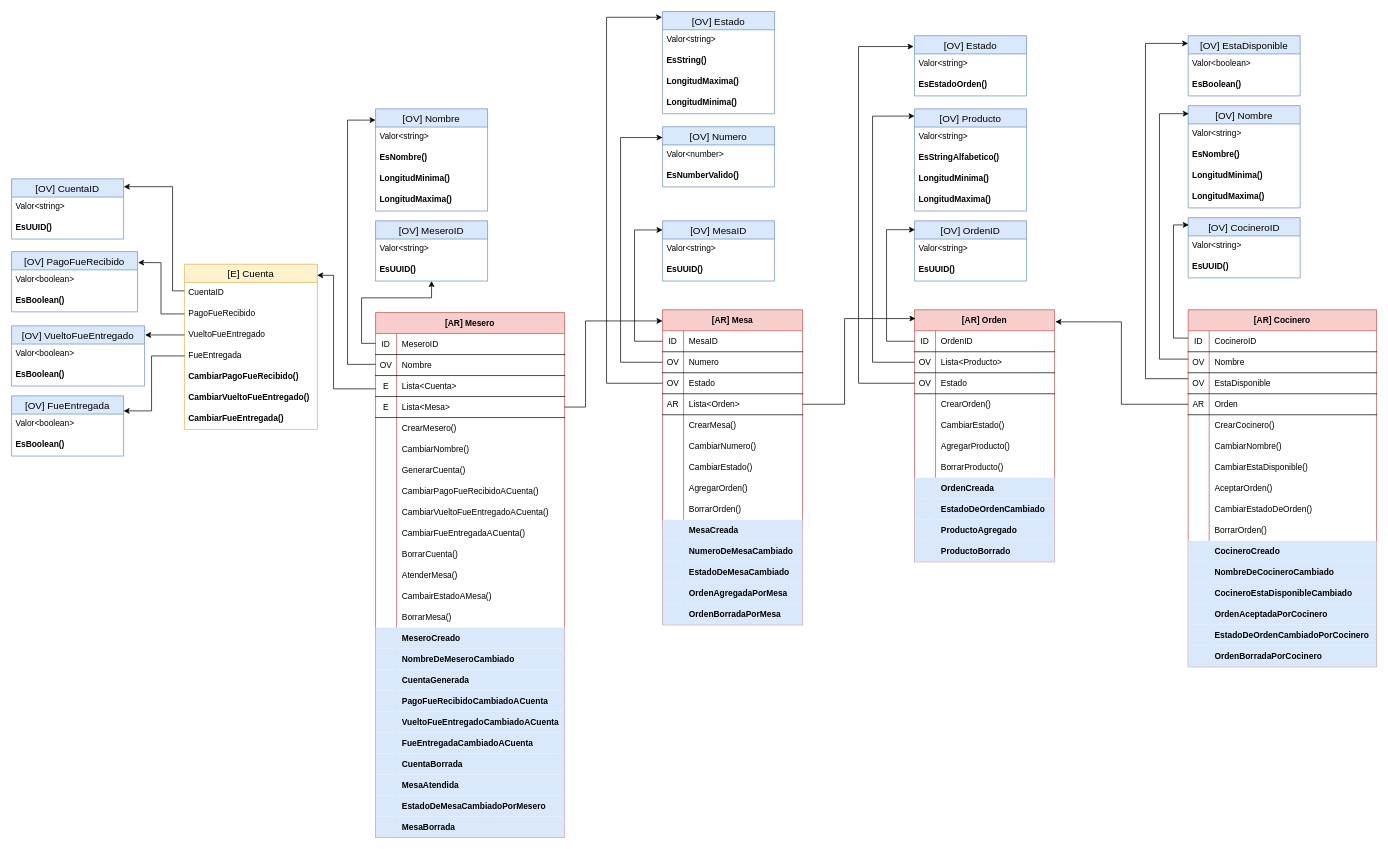
The draw.io diagram page "Model" (3 of 3) of DDD Restaurante - Christian Britos.drawio in xtianbritos/C1-2023-DDD-Uruguay, before the edit. Source tidied: cells renumbered, new cells numbered last; positions are measured from the earlier drawing's top-left corner, leaving out a move shared by most shapes. Both pictures are drawn from the tidied source at 70%, with x=0, y=0 at pixel (11, 11).
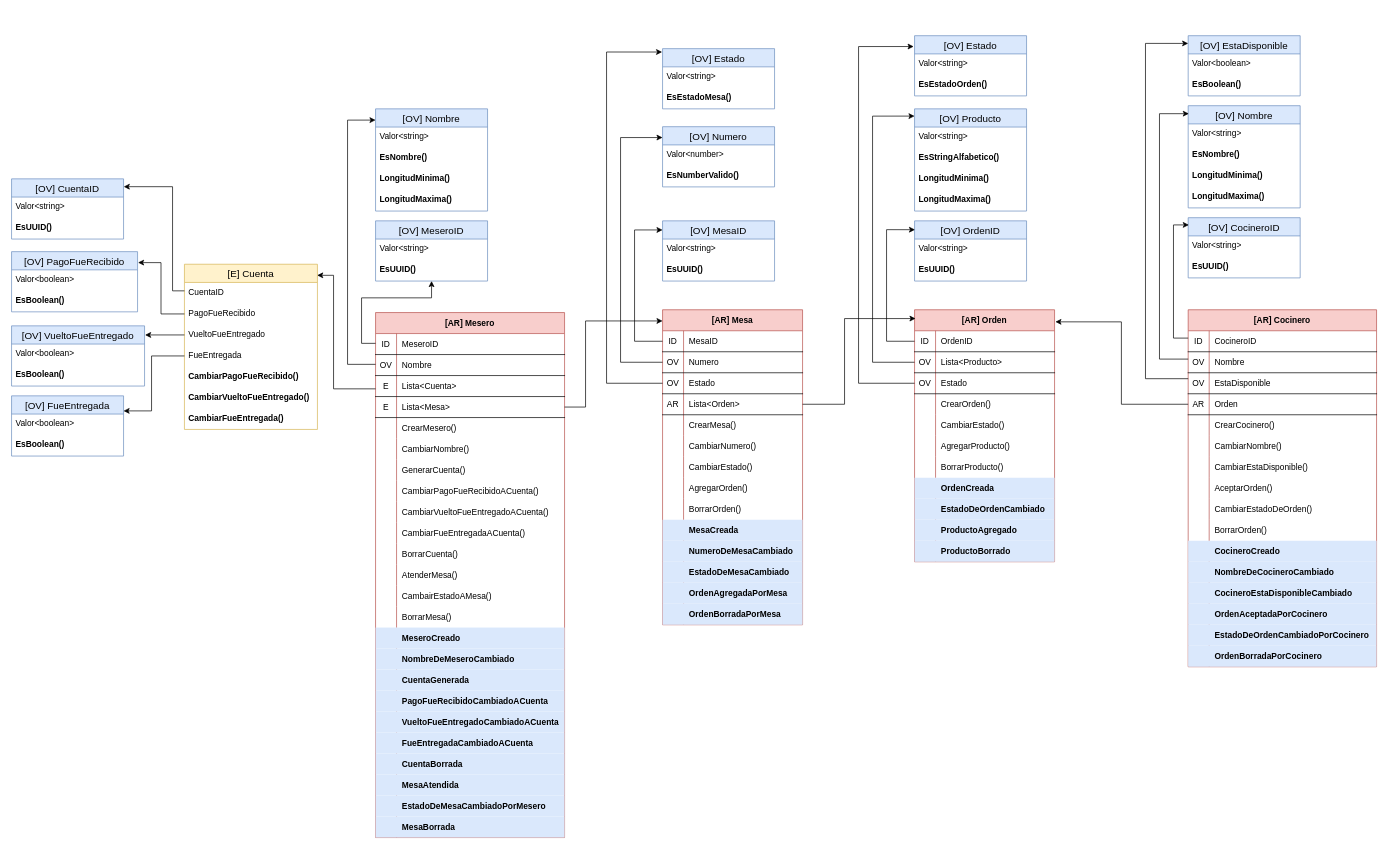
The same diagram, later.

Unchanged cells that the change refers to:
```xml
<mxCell id="102" style="shape=tableRow;horizontal=0;startSize=0;swimlaneHead=0;swimlaneBody=0;fillColor=none;points=[[0,0.5],[1,0.5]];portConstraint=eastwest;top=0;left=0;right=0;bottom=1;" parent="95" vertex="1">
  <mxGeometry y="90" width="200" height="30" as="geometry" />
</mxCell>
```

What changed in the source:
```diff
@@
     <mxCell id="154" value="[OV] Estado" style="swimlane;fontStyle=0;horizontal=1;startSize=26;align=center;fontSize=14;fillColor=#dae8fc;strokeColor=#6c8ebf;" parent="1" vertex="1">
-      <mxGeometry x="930" width="160" height="146" as="geometry" />
+      <mxGeometry x="930" y="53" width="160" height="86" as="geometry" />
     </mxCell>
@@
-    <mxCell id="156" value="EsString()" style="text;strokeColor=none;fillColor=none;spacingLeft=4;spacingRight=4;overflow=hidden;fontSize=12;fontStyle=1;" parent="154" vertex="1">
+    <mxCell id="156" value="EsEstadoMesa()" style="text;strokeColor=none;fillColor=none;spacingLeft=4;spacingRight=4;overflow=hidden;fontSize=12;fontStyle=1;" parent="154" vertex="1">
       <mxGeometry y="56" width="160" height="30" as="geometry" />
     </mxCell>
-    <mxCell id="157" value="LongitudMaxima()" style="text;strokeColor=none;fillColor=none;spacingLeft=4;spacingRight=4;overflow=hidden;fontSize=12;fontStyle=1;" parent="154" vertex="1">
-      <mxGeometry y="86" width="160" height="30" as="geometry" />
-    </mxCell>
-    <mxCell id="158" value="LongitudMinima()" style="text;strokeColor=none;fillColor=none;spacingLeft=4;spacingRight=4;overflow=hidden;fontSize=12;fontStyle=1;" parent="154" vertex="1">
-      <mxGeometry y="116" width="160" height="30" as="geometry" />
-    </mxCell>
@@
     <mxCell id="160" style="edgeStyle=orthogonalEdgeStyle;rounded=0;jettySize=auto;html=1;entryX=-0.004;entryY=0.056;entryDx=0;entryDy=0;entryPerimeter=0;" parent="1" edge="1" source="102" target="154">
       <mxGeometry relative="1" as="geometry">
         <Array as="points">
           <mxPoint x="850" y="531" />
-          <mxPoint x="850" y="8" />
+          <mxPoint x="850" y="58" />
         </Array>
       </mxGeometry>
     </mxCell>
```
